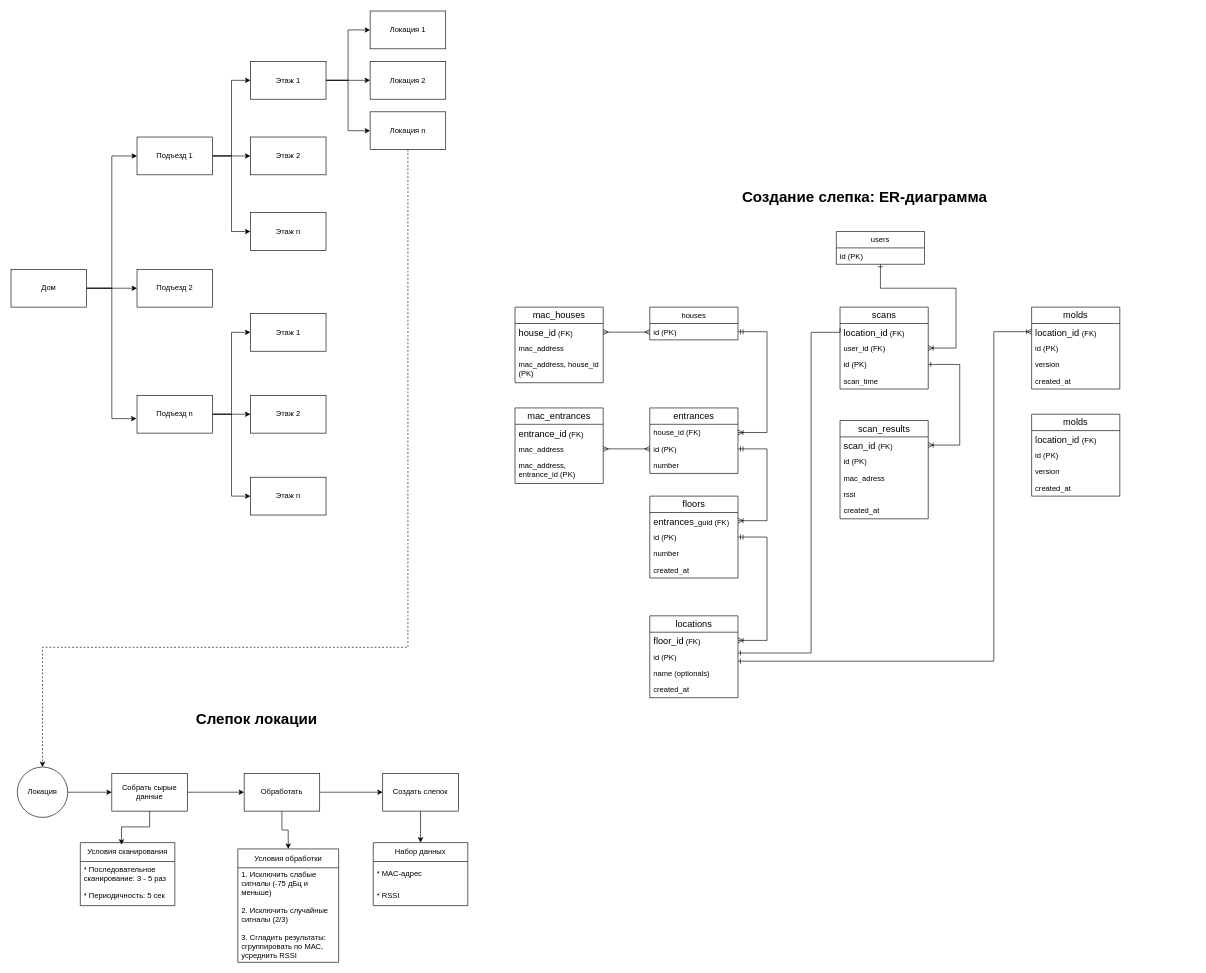
Above: КЧ_wifi.drawio in 4ipas/Chipas (draw.io), before the change. Source tidied: cells renumbered, new cells numbered last; positions are measured from the earlier drawing's top-left corner, leaving out a move shared by most shapes. Both pictures are drawn from the tidied source at 63%, with x=0, y=0 at pixel (11, 11).
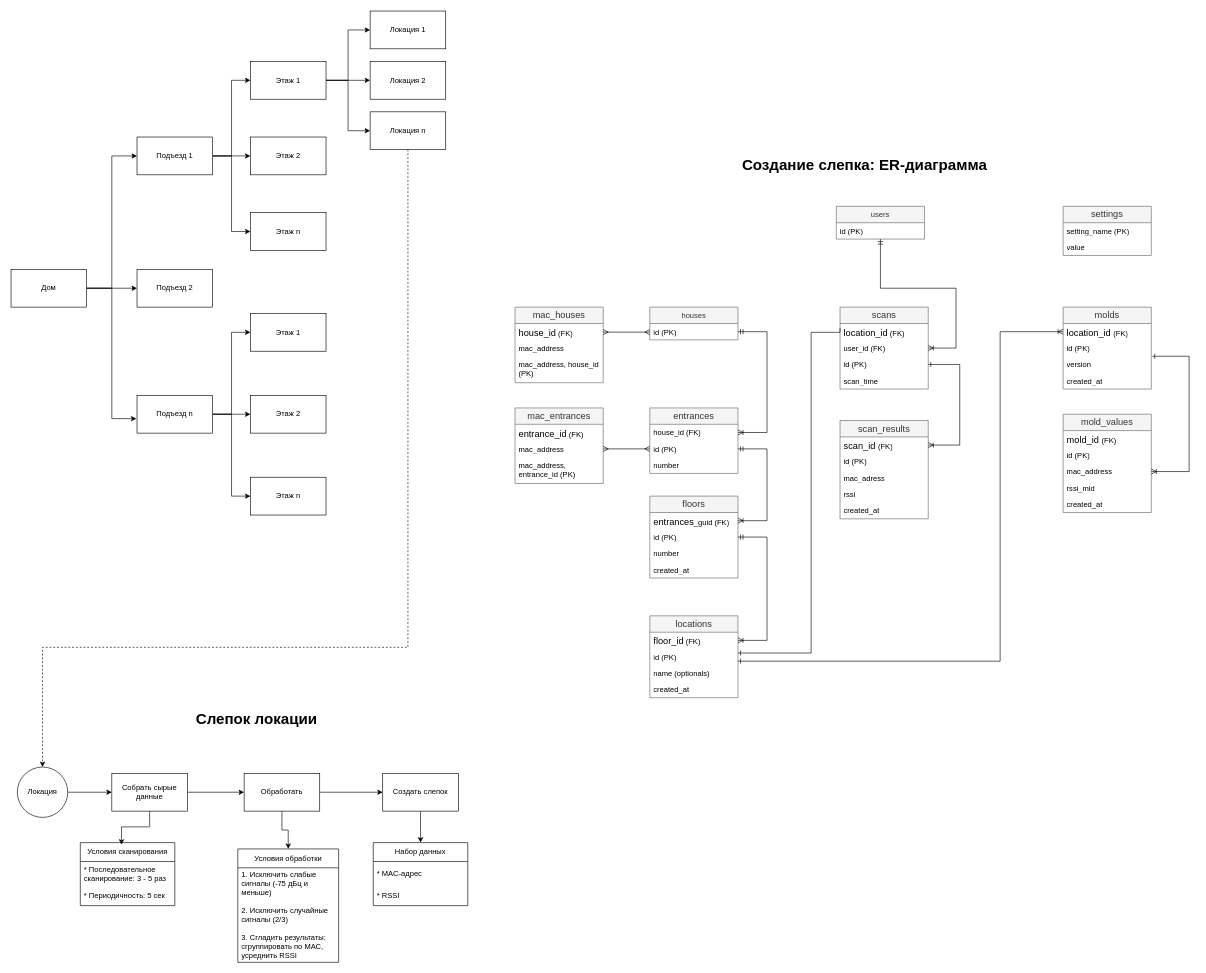
Above is the later version.

Unchanged cells that the change refers to:
```xml
<mxCell id="64" value="id (PK)" style="text;strokeColor=none;fillColor=none;align=left;verticalAlign=top;spacingLeft=4;spacingRight=4;overflow=hidden;points=[[0,0.5],[1,0.5]];portConstraint=eastwest;whiteSpace=wrap;html=1;" parent="62" vertex="1">
  <mxGeometry y="52" width="140" height="26" as="geometry" />
</mxCell>
<mxCell id="70" value="user_id (FK)" style="text;strokeColor=none;fillColor=none;align=left;verticalAlign=top;spacingLeft=4;spacingRight=4;overflow=hidden;points=[[0,0.5],[1,0.5]];portConstraint=eastwest;whiteSpace=wrap;html=1;" parent="68" vertex="1">
  <mxGeometry y="52" width="140" height="26" as="geometry" />
</mxCell>
<mxCell id="74" value="id (PK)" style="text;strokeColor=none;fillColor=none;align=left;verticalAlign=top;spacingLeft=4;spacingRight=4;overflow=hidden;points=[[0,0.5],[1,0.5]];portConstraint=eastwest;whiteSpace=wrap;html=1;" parent="73" vertex="1">
  <mxGeometry y="26" width="140" height="26" as="geometry" />
</mxCell>
<mxCell id="86" value="&lt;div style=&quot;text-align: center;&quot;&gt;&lt;span style=&quot;background-color: transparent; color: light-dark(rgb(0, 0, 0), rgb(255, 255, 255));&quot;&gt;&lt;font face=&quot;Calibri, sans-serif&quot;&gt;&lt;span style=&quot;font-size: 14.6667px;&quot;&gt;location_id&amp;nbsp;&lt;/span&gt;&lt;/font&gt;(FK)&lt;/span&gt;&lt;/div&gt;" style="text;strokeColor=none;fillColor=none;align=left;verticalAlign=top;spacingLeft=4;spacingRight=4;overflow=hidden;points=[[0,0.5],[1,0.5]];portConstraint=eastwest;whiteSpace=wrap;html=1;" parent="85" vertex="1">
  <mxGeometry y="26" width="140" height="26" as="geometry" />
</mxCell>
<mxCell id="88" value="version" style="text;strokeColor=none;fillColor=none;align=left;verticalAlign=top;spacingLeft=4;spacingRight=4;overflow=hidden;points=[[0,0.5],[1,0.5]];portConstraint=eastwest;whiteSpace=wrap;html=1;" parent="85" vertex="1">
  <mxGeometry y="78" width="140" height="26" as="geometry" />
</mxCell>
```

What changed in the source:
```diff
@@
-    <mxCell id="49" value="houses" style="swimlane;fontStyle=0;horizontal=1;startSize=26;fillColor=none;whiteSpace=wrap;html=1;" parent="1" vertex="1">
+    <mxCell id="49" value="houses" style="swimlane;fontStyle=0;horizontal=1;startSize=26;fillColor=#f5f5f5;whiteSpace=wrap;html=1;fontColor=#333333;strokeColor=#666666;" parent="1" vertex="1">
       <mxGeometry x="1013.9" y="470" width="140" height="52" as="geometry" />
     </mxCell>
@@
-    <mxCell id="51" value="&lt;span lang=&quot;EN-US&quot; style=&quot;font-size:11.0pt;line-height:&lt;br/&gt;107%;font-family:&amp;quot;Calibri&amp;quot;,sans-serif;mso-ascii-theme-font:minor-latin;&lt;br/&gt;mso-fareast-font-family:Calibri;mso-fareast-theme-font:minor-latin;mso-hansi-theme-font:&lt;br/&gt;minor-latin;mso-bidi-font-family:&amp;quot;Times New Roman&amp;quot;;mso-bidi-theme-font:minor-bidi;&lt;br/&gt;mso-ansi-language:EN-US;mso-fareast-language:EN-US;mso-bidi-language:AR-SA&quot;&gt;entrances&lt;/span&gt;" style="swimlane;fontStyle=0;horizontal=1;startSize=26;fillColor=none;whiteSpace=wrap;html=1;" parent="1" vertex="1">
+    <mxCell id="51" value="&lt;span lang=&quot;EN-US&quot; style=&quot;font-size:11.0pt;line-height:&lt;br/&gt;107%;font-family:&amp;quot;Calibri&amp;quot;,sans-serif;mso-ascii-theme-font:minor-latin;&lt;br/&gt;mso-fareast-font-family:Calibri;mso-fareast-theme-font:minor-latin;mso-hansi-theme-font:&lt;br/&gt;minor-latin;mso-bidi-font-family:&amp;quot;Times New Roman&amp;quot;;mso-bidi-theme-font:minor-bidi;&lt;br/&gt;mso-ansi-language:EN-US;mso-fareast-language:EN-US;mso-bidi-language:AR-SA&quot;&gt;entrances&lt;/span&gt;" style="swimlane;fontStyle=0;horizontal=1;startSize=26;fillColor=#f5f5f5;whiteSpace=wrap;html=1;fontColor=#333333;strokeColor=#666666;" parent="1" vertex="1">
       <mxGeometry x="1013.9" y="630" width="140" height="104" as="geometry" />
     </mxCell>
@@
-    <mxCell id="56" value="&lt;span lang=&quot;EN-US&quot; style=&quot;font-size:11.0pt;line-height:&lt;br/&gt;107%;font-family:&amp;quot;Calibri&amp;quot;,sans-serif;mso-ascii-theme-font:minor-latin;&lt;br/&gt;mso-fareast-font-family:Calibri;mso-fareast-theme-font:minor-latin;mso-hansi-theme-font:&lt;br/&gt;minor-latin;mso-bidi-font-family:&amp;quot;Times New Roman&amp;quot;;mso-bidi-theme-font:minor-bidi;&lt;br/&gt;mso-ansi-language:EN-US;mso-fareast-language:EN-US;mso-bidi-language:AR-SA&quot;&gt;floors&lt;/span&gt;" style="swimlane;fontStyle=0;horizontal=1;startSize=26;fillColor=none;whiteSpace=wrap;html=1;" parent="1" vertex="1">
+    <mxCell id="56" value="&lt;span lang=&quot;EN-US&quot; style=&quot;font-size:11.0pt;line-height:&lt;br/&gt;107%;font-family:&amp;quot;Calibri&amp;quot;,sans-serif;mso-ascii-theme-font:minor-latin;&lt;br/&gt;mso-fareast-font-family:Calibri;mso-fareast-theme-font:minor-latin;mso-hansi-theme-font:&lt;br/&gt;minor-latin;mso-bidi-font-family:&amp;quot;Times New Roman&amp;quot;;mso-bidi-theme-font:minor-bidi;&lt;br/&gt;mso-ansi-language:EN-US;mso-fareast-language:EN-US;mso-bidi-language:AR-SA&quot;&gt;floors&lt;/span&gt;" style="swimlane;fontStyle=0;horizontal=1;startSize=26;fillColor=#f5f5f5;whiteSpace=wrap;html=1;fontColor=#333333;strokeColor=#666666;" parent="1" vertex="1">
       <mxGeometry x="1013.9" y="770" width="140" height="130" as="geometry" />
     </mxCell>
@@
-    <mxCell id="62" value="&lt;span lang=&quot;EN-US&quot; style=&quot;font-size:11.0pt;line-height:&amp;lt;br/&amp;gt;107%;font-family:&amp;quot;Calibri&amp;quot;,sans-serif;mso-ascii-theme-font:minor-latin;&amp;lt;br/&amp;gt;mso-fareast-font-family:Calibri;mso-fareast-theme-font:minor-latin;mso-hansi-theme-font:&amp;lt;br/&amp;gt;minor-latin;mso-bidi-font-family:&amp;quot;Times New Roman&amp;quot;;mso-bidi-theme-font:minor-bidi;&amp;lt;br/&amp;gt;mso-ansi-language:EN-US;mso-fareast-language:EN-US;mso-bidi-language:AR-SA&quot;&gt;locations&lt;/span&gt;" style="swimlane;fontStyle=0;horizontal=1;startSize=26;fillColor=none;whiteSpace=wrap;html=1;" parent="1" vertex="1">
+    <mxCell id="62" value="&lt;span lang=&quot;EN-US&quot; style=&quot;font-size:11.0pt;line-height:&amp;lt;br/&amp;gt;107%;font-family:&amp;quot;Calibri&amp;quot;,sans-serif;mso-ascii-theme-font:minor-latin;&amp;lt;br/&amp;gt;mso-fareast-font-family:Calibri;mso-fareast-theme-font:minor-latin;mso-hansi-theme-font:&amp;lt;br/&amp;gt;minor-latin;mso-bidi-font-family:&amp;quot;Times New Roman&amp;quot;;mso-bidi-theme-font:minor-bidi;&amp;lt;br/&amp;gt;mso-ansi-language:EN-US;mso-fareast-language:EN-US;mso-bidi-language:AR-SA&quot;&gt;locations&lt;/span&gt;" style="swimlane;fontStyle=0;horizontal=1;startSize=26;fillColor=#f5f5f5;whiteSpace=wrap;html=1;fontColor=#333333;strokeColor=#666666;" parent="1" vertex="1">
       <mxGeometry x="1013.9" y="960" width="140" height="130" as="geometry" />
     </mxCell>
@@
-    <mxCell id="68" value="&lt;span lang=&quot;EN-US&quot; style=&quot;font-size:11.0pt;line-height:&amp;lt;br/&amp;gt;107%;font-family:&amp;quot;Calibri&amp;quot;,sans-serif;mso-ascii-theme-font:minor-latin;&amp;lt;br/&amp;gt;mso-fareast-font-family:Calibri;mso-fareast-theme-font:minor-latin;mso-hansi-theme-font:&amp;lt;br/&amp;gt;minor-latin;mso-bidi-font-family:&amp;quot;Times New Roman&amp;quot;;mso-bidi-theme-font:minor-bidi;&amp;lt;br/&amp;gt;mso-ansi-language:EN-US;mso-fareast-language:EN-US;mso-bidi-language:AR-SA&quot;&gt;scans&lt;/span&gt;" style="swimlane;fontStyle=0;horizontal=1;startSize=26;fillColor=none;whiteSpace=wrap;html=1;" parent="1" vertex="1">
+    <mxCell id="68" value="&lt;span lang=&quot;EN-US&quot; style=&quot;font-size:11.0pt;line-height:&amp;lt;br/&amp;gt;107%;font-family:&amp;quot;Calibri&amp;quot;,sans-serif;mso-ascii-theme-font:minor-latin;&amp;lt;br/&amp;gt;mso-fareast-font-family:Calibri;mso-fareast-theme-font:minor-latin;mso-hansi-theme-font:&amp;lt;br/&amp;gt;minor-latin;mso-bidi-font-family:&amp;quot;Times New Roman&amp;quot;;mso-bidi-theme-font:minor-bidi;&amp;lt;br/&amp;gt;mso-ansi-language:EN-US;mso-fareast-language:EN-US;mso-bidi-language:AR-SA&quot;&gt;scans&lt;/span&gt;" style="swimlane;fontStyle=0;horizontal=1;startSize=26;fillColor=#f5f5f5;whiteSpace=wrap;html=1;fontColor=#333333;strokeColor=#666666;" parent="1" vertex="1">
       <mxGeometry x="1315.9" y="470" width="140" height="130" as="geometry" />
     </mxCell>
@@
-    <mxCell id="73" value="users" style="swimlane;fontStyle=0;horizontal=1;startSize=26;fillColor=none;whiteSpace=wrap;html=1;" parent="1" vertex="1">
-      <mxGeometry x="1310" y="350" width="140" height="52" as="geometry" />
+    <mxCell id="73" value="users" style="swimlane;fontStyle=0;horizontal=1;startSize=26;fillColor=#f5f5f5;whiteSpace=wrap;html=1;fontColor=#333333;strokeColor=#666666;" parent="1" vertex="1">
+      <mxGeometry x="1310" y="310" width="140" height="52" as="geometry" />
     </mxCell>
@@
-    <mxCell id="76" style="edgeStyle=orthogonalEdgeStyle;rounded=0;jettySize=auto;html=1;startArrow=ERoneToMany;startFill=0;endArrow=ERone;endFill=0;" parent="1" edge="1" source="70" target="74">
+    <mxCell id="76" style="edgeStyle=orthogonalEdgeStyle;rounded=0;jettySize=auto;html=1;startArrow=ERoneToMany;startFill=0;endArrow=ERmandOne;endFill=0;" parent="1" edge="1" source="70" target="74">
       <mxGeometry relative="1" as="geometry">
         <Array as="points">
           <mxPoint x="1500" y="535" />
           <mxPoint x="1500" y="440" />
           <mxPoint x="1380" y="440" />
         </Array>
       </mxGeometry>
     </mxCell>
-    <mxCell id="77" value="&lt;span lang=&quot;EN-US&quot; style=&quot;font-size:11.0pt;line-height:&amp;lt;br/&amp;gt;107%;font-family:&amp;quot;Calibri&amp;quot;,sans-serif;mso-ascii-theme-font:minor-latin;&amp;lt;br/&amp;gt;mso-fareast-font-family:Calibri;mso-fareast-theme-font:minor-latin;mso-hansi-theme-font:&amp;lt;br/&amp;gt;minor-latin;mso-bidi-font-family:&amp;quot;Times New Roman&amp;quot;;mso-bidi-theme-font:minor-bidi;&amp;lt;br/&amp;gt;mso-ansi-language:EN-US;mso-fareast-language:EN-US;mso-bidi-language:AR-SA&quot;&gt;scan_results&lt;/span&gt;" style="swimlane;fontStyle=0;horizontal=1;startSize=26;fillColor=none;whiteSpace=wrap;html=1;" parent="1" vertex="1">
+    <mxCell id="77" value="&lt;span lang=&quot;EN-US&quot; style=&quot;font-size:11.0pt;line-height:&amp;lt;br/&amp;gt;107%;font-family:&amp;quot;Calibri&amp;quot;,sans-serif;mso-ascii-theme-font:minor-latin;&amp;lt;br/&amp;gt;mso-fareast-font-family:Calibri;mso-fareast-theme-font:minor-latin;mso-hansi-theme-font:&amp;lt;br/&amp;gt;minor-latin;mso-bidi-font-family:&amp;quot;Times New Roman&amp;quot;;mso-bidi-theme-font:minor-bidi;&amp;lt;br/&amp;gt;mso-ansi-language:EN-US;mso-fareast-language:EN-US;mso-bidi-language:AR-SA&quot;&gt;scan_results&lt;/span&gt;" style="swimlane;fontStyle=0;horizontal=1;startSize=26;fillColor=#f5f5f5;whiteSpace=wrap;html=1;fontColor=#333333;strokeColor=#666666;" parent="1" vertex="1">
       <mxGeometry x="1315.9" y="650" width="140" height="156" as="geometry" />
     </mxCell>
@@
     <mxCell id="84" value="&lt;h1&gt;Создание слепка: ER-диаграмма&lt;/h1&gt;" style="text;html=1;whiteSpace=wrap;strokeColor=none;fillColor=none;align=center;verticalAlign=middle;rounded=0;" parent="1" vertex="1">
-      <mxGeometry x="1120" y="280" width="470" height="30" as="geometry" />
+      <mxGeometry x="1120" y="230" width="470" height="30" as="geometry" />
     </mxCell>
-    <mxCell id="85" value="&lt;font face=&quot;Calibri, sans-serif&quot;&gt;&lt;span style=&quot;font-size: 14.6667px;&quot;&gt;molds&lt;/span&gt;&lt;/font&gt;" style="swimlane;fontStyle=0;horizontal=1;startSize=26;fillColor=none;whiteSpace=wrap;html=1;" parent="1" vertex="1">
-      <mxGeometry x="1620" y="470" width="140" height="130" as="geometry" />
+    <mxCell id="85" value="&lt;font face=&quot;Calibri, sans-serif&quot;&gt;&lt;span style=&quot;font-size: 14.6667px;&quot;&gt;molds&lt;/span&gt;&lt;/font&gt;" style="swimlane;fontStyle=0;horizontal=1;startSize=26;fillColor=#f5f5f5;whiteSpace=wrap;html=1;fontColor=#333333;strokeColor=#666666;" parent="1" vertex="1">
+      <mxGeometry x="1670" y="470" width="140" height="130" as="geometry" />
     </mxCell>
@@
     <mxCell id="90" style="edgeStyle=orthogonalEdgeStyle;rounded=0;jettySize=auto;html=1;startArrow=ERoneToMany;startFill=0;endArrow=ERone;endFill=0;exitX=0;exitY=0.5;exitDx=0;exitDy=0;" parent="1" edge="1" source="86" target="64">
       <mxGeometry relative="1" as="geometry">
         <Array as="points">
-          <mxPoint x="1560" y="509" />
-          <mxPoint x="1560" y="1032" />
+          <mxPoint x="1570" y="509" />
+          <mxPoint x="1570" y="1032" />
         </Array>
       </mxGeometry>
     </mxCell>
-    <mxCell id="91" value="&lt;span lang=&quot;EN-US&quot; style=&quot;font-size:11.0pt;line-height:&amp;lt;br/&amp;gt;107%;font-family:&amp;quot;Calibri&amp;quot;,sans-serif;mso-ascii-theme-font:minor-latin;&amp;lt;br/&amp;gt;mso-fareast-font-family:Calibri;mso-fareast-theme-font:minor-latin;mso-hansi-theme-font:&amp;lt;br/&amp;gt;minor-latin;mso-bidi-font-family:&amp;quot;Times New Roman&amp;quot;;mso-bidi-theme-font:minor-bidi;&amp;lt;br/&amp;gt;mso-ansi-language:EN-US;mso-fareast-language:EN-US;mso-bidi-language:AR-SA&quot;&gt;mac_entrances&lt;/span&gt;" style="swimlane;fontStyle=0;horizontal=1;startSize=26;fillColor=none;whiteSpace=wrap;html=1;" parent="1" vertex="1">
+    <mxCell id="91" value="&lt;span lang=&quot;EN-US&quot; style=&quot;font-size:11.0pt;line-height:&amp;lt;br/&amp;gt;107%;font-family:&amp;quot;Calibri&amp;quot;,sans-serif;mso-ascii-theme-font:minor-latin;&amp;lt;br/&amp;gt;mso-fareast-font-family:Calibri;mso-fareast-theme-font:minor-latin;mso-hansi-theme-font:&amp;lt;br/&amp;gt;minor-latin;mso-bidi-font-family:&amp;quot;Times New Roman&amp;quot;;mso-bidi-theme-font:minor-bidi;&amp;lt;br/&amp;gt;mso-ansi-language:EN-US;mso-fareast-language:EN-US;mso-bidi-language:AR-SA&quot;&gt;mac_entrances&lt;/span&gt;" style="swimlane;fontStyle=0;horizontal=1;startSize=26;fillColor=#f5f5f5;whiteSpace=wrap;html=1;fontColor=#333333;strokeColor=#666666;" parent="1" vertex="1">
       <mxGeometry x="800" y="630" width="140" height="120" as="geometry" />
     </mxCell>
@@
-    <mxCell id="95" value="&lt;span lang=&quot;EN-US&quot; style=&quot;font-size:11.0pt;line-height:&amp;lt;br/&amp;gt;107%;font-family:&amp;quot;Calibri&amp;quot;,sans-serif;mso-ascii-theme-font:minor-latin;&amp;lt;br/&amp;gt;mso-fareast-font-family:Calibri;mso-fareast-theme-font:minor-latin;mso-hansi-theme-font:&amp;lt;br/&amp;gt;minor-latin;mso-bidi-font-family:&amp;quot;Times New Roman&amp;quot;;mso-bidi-theme-font:minor-bidi;&amp;lt;br/&amp;gt;mso-ansi-language:EN-US;mso-fareast-language:EN-US;mso-bidi-language:AR-SA&quot;&gt;mac_houses&lt;/span&gt;" style="swimlane;fontStyle=0;horizontal=1;startSize=26;fillColor=none;whiteSpace=wrap;html=1;" parent="1" vertex="1">
+    <mxCell id="95" value="&lt;span lang=&quot;EN-US&quot; style=&quot;font-size:11.0pt;line-height:&amp;lt;br/&amp;gt;107%;font-family:&amp;quot;Calibri&amp;quot;,sans-serif;mso-ascii-theme-font:minor-latin;&amp;lt;br/&amp;gt;mso-fareast-font-family:Calibri;mso-fareast-theme-font:minor-latin;mso-hansi-theme-font:&amp;lt;br/&amp;gt;minor-latin;mso-bidi-font-family:&amp;quot;Times New Roman&amp;quot;;mso-bidi-theme-font:minor-bidi;&amp;lt;br/&amp;gt;mso-ansi-language:EN-US;mso-fareast-language:EN-US;mso-bidi-language:AR-SA&quot;&gt;mac_houses&lt;/span&gt;" style="swimlane;fontStyle=0;horizontal=1;startSize=26;fillColor=#f5f5f5;whiteSpace=wrap;html=1;fontColor=#333333;strokeColor=#666666;" parent="1" vertex="1">
       <mxGeometry x="800" y="470" width="140" height="120" as="geometry" />
     </mxCell>
@@
-    <mxCell id="101" value="&lt;font face=&quot;Calibri, sans-serif&quot;&gt;&lt;span style=&quot;font-size: 14.6667px;&quot;&gt;molds&lt;/span&gt;&lt;/font&gt;" style="swimlane;fontStyle=0;horizontal=1;startSize=26;fillColor=none;whiteSpace=wrap;html=1;" parent="1" vertex="1">
-      <mxGeometry x="1620" y="640" width="140" height="130" as="geometry" />
+    <mxCell id="101" value="&lt;font face=&quot;Calibri, sans-serif&quot;&gt;&lt;span style=&quot;font-size: 14.6667px;&quot;&gt;mold_values&lt;/span&gt;&lt;/font&gt;" style="swimlane;fontStyle=0;horizontal=1;startSize=26;fillColor=#f5f5f5;whiteSpace=wrap;html=1;fontColor=#333333;strokeColor=#666666;" parent="1" vertex="1">
+      <mxGeometry x="1670" y="640" width="140" height="156" as="geometry" />
     </mxCell>
-    <mxCell id="102" value="&lt;div style=&quot;text-align: center;&quot;&gt;&lt;span style=&quot;background-color: transparent; color: light-dark(rgb(0, 0, 0), rgb(255, 255, 255));&quot;&gt;&lt;font face=&quot;Calibri, sans-serif&quot;&gt;&lt;span style=&quot;font-size: 14.6667px;&quot;&gt;location_id&amp;nbsp;&lt;/span&gt;&lt;/font&gt;(FK)&lt;/span&gt;&lt;/div&gt;" style="text;strokeColor=none;fillColor=none;align=left;verticalAlign=top;spacingLeft=4;spacingRight=4;overflow=hidden;whiteSpace=wrap;html=1;" parent="101" vertex="1">
+    <mxCell id="102" value="&lt;div style=&quot;text-align: center;&quot;&gt;&lt;span style=&quot;background-color: transparent; color: light-dark(rgb(0, 0, 0), rgb(255, 255, 255));&quot;&gt;&lt;font face=&quot;Calibri, sans-serif&quot;&gt;&lt;span style=&quot;font-size: 14.6667px;&quot;&gt;mold_id&amp;nbsp;&lt;/span&gt;&lt;/font&gt;(FK)&lt;/span&gt;&lt;/div&gt;" style="text;align=left;verticalAlign=top;spacingLeft=4;spacingRight=4;overflow=hidden;whiteSpace=wrap;html=1;" parent="101" vertex="1">
       <mxGeometry y="26" width="140" height="26" as="geometry" />
     </mxCell>
@@
-    <mxCell id="104" value="version" style="text;strokeColor=none;fillColor=none;align=left;verticalAlign=top;spacingLeft=4;spacingRight=4;overflow=hidden;points=[[0,0.5],[1,0.5]];portConstraint=eastwest;whiteSpace=wrap;html=1;" parent="101" vertex="1">
+    <mxCell id="104" value="mac_address" style="text;strokeColor=none;fillColor=none;align=left;verticalAlign=top;spacingLeft=4;spacingRight=4;overflow=hidden;points=[[0,0.5],[1,0.5]];portConstraint=eastwest;whiteSpace=wrap;html=1;" parent="101" vertex="1">
       <mxGeometry y="78" width="140" height="26" as="geometry" />
     </mxCell>
-    <mxCell id="105" value="created_at" style="text;strokeColor=none;fillColor=none;align=left;verticalAlign=top;spacingLeft=4;spacingRight=4;overflow=hidden;whiteSpace=wrap;html=1;" parent="101" vertex="1">
+    <mxCell id="105" value="rssi_mid" style="text;strokeColor=none;fillColor=none;align=left;verticalAlign=top;spacingLeft=4;spacingRight=4;overflow=hidden;whiteSpace=wrap;html=1;" parent="101" vertex="1">
       <mxGeometry y="104" width="140" height="26" as="geometry" />
     </mxCell>
+    <mxCell id="106" value="created_at" style="text;strokeColor=none;fillColor=none;align=left;verticalAlign=top;spacingLeft=4;spacingRight=4;overflow=hidden;whiteSpace=wrap;html=1;" parent="101" vertex="1">
+      <mxGeometry y="130" width="140" height="26" as="geometry" />
+    </mxCell>
+    <mxCell id="107" style="edgeStyle=orthogonalEdgeStyle;rounded=0;jettySize=auto;html=1;entryX=1.01;entryY=0;entryDx=0;entryDy=0;entryPerimeter=0;endArrow=ERone;endFill=0;startArrow=ERoneToMany;startFill=0;" parent="1" edge="1" source="104" target="88">
+      <mxGeometry relative="1" as="geometry">
+        <Array as="points">
+          <mxPoint x="1870" y="731" />
+          <mxPoint x="1870" y="548" />
+        </Array>
+      </mxGeometry>
+    </mxCell>
+    <mxCell id="108" value="&lt;span lang=&quot;EN-US&quot; style=&quot;font-size:11.0pt;line-height:&lt;br/&gt;107%;font-family:&amp;quot;Calibri&amp;quot;,sans-serif;mso-ascii-theme-font:minor-latin;&lt;br/&gt;mso-fareast-font-family:Calibri;mso-fareast-theme-font:minor-latin;mso-hansi-theme-font:&lt;br/&gt;minor-latin;mso-bidi-font-family:&amp;quot;Times New Roman&amp;quot;;mso-bidi-theme-font:minor-bidi;&lt;br/&gt;mso-ansi-language:EN-US;mso-fareast-language:EN-US;mso-bidi-language:AR-SA&quot;&gt;settings&lt;/span&gt;" style="swimlane;fontStyle=0;horizontal=1;startSize=26;fillColor=#f5f5f5;whiteSpace=wrap;html=1;fontColor=#333333;strokeColor=#666666;" parent="1" vertex="1">
+      <mxGeometry x="1670" y="310" width="140" height="78" as="geometry" />
+    </mxCell>
+    <mxCell id="109" value="setting_name (PK)" style="text;strokeColor=none;fillColor=none;align=left;verticalAlign=top;spacingLeft=4;spacingRight=4;overflow=hidden;whiteSpace=wrap;html=1;" parent="108" vertex="1">
+      <mxGeometry y="26" width="140" height="26" as="geometry" />
+    </mxCell>
+    <mxCell id="110" value="value" style="text;strokeColor=none;fillColor=none;align=left;verticalAlign=top;spacingLeft=4;spacingRight=4;overflow=hidden;whiteSpace=wrap;html=1;" parent="108" vertex="1">
+      <mxGeometry y="52" width="140" height="26" as="geometry" />
+    </mxCell>
```
